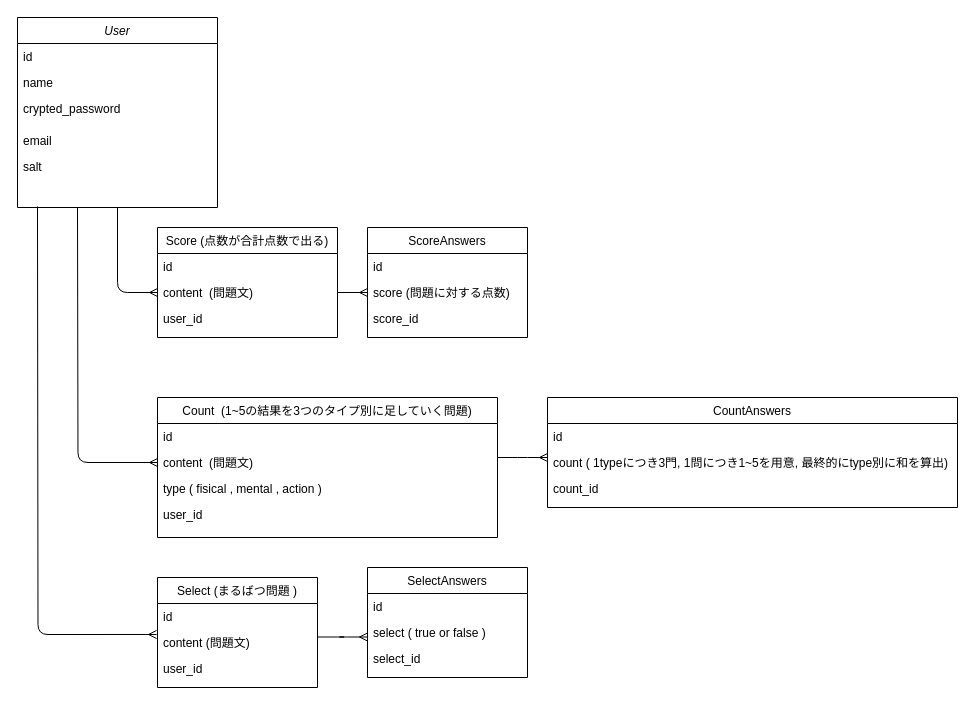
The draw.io diagram Untitled Diagram.drawio in ko-suke1016/IKEMENTAL, before the edit. Source tidied: cells renumbered, new cells numbered last; positions are measured from the earlier drawing's top-left corner, leaving out a move shared by most shapes. Both pictures are drawn from the tidied source at 100%, with x=0, y=0 at pixel (17, 17).
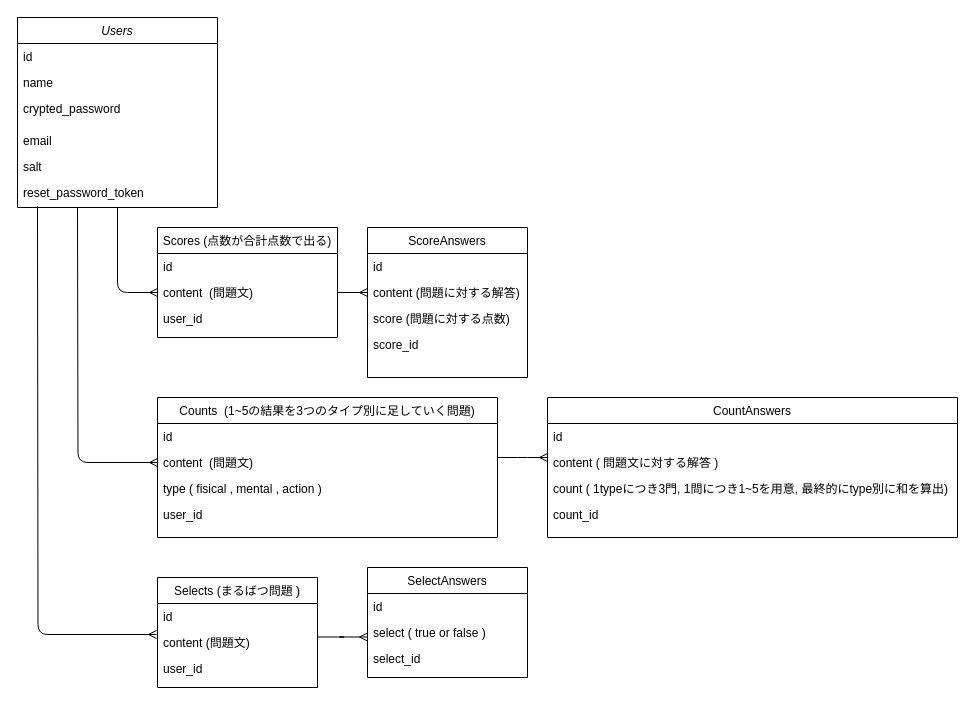
After the change.

Change to the diagram source:
```diff
@@
-    <mxCell id="2" value="User" style="swimlane;fontStyle=2;align=center;verticalAlign=top;horizontal=1;startSize=26;rounded=0;shadow=0;strokeWidth=1;" parent="1" vertex="1">
+    <mxCell id="2" value="Users" style="swimlane;fontStyle=2;align=center;verticalAlign=top;horizontal=1;startSize=26;rounded=0;shadow=0;strokeWidth=1;" parent="1" vertex="1">
       <mxGeometry width="200" height="190" as="geometry" />
     </mxCell>
@@
+    <mxCell id="40" value="reset_password_token" style="text;align=left;verticalAlign=top;spacingLeft=4;spacingRight=4;overflow=hidden;rounded=0;shadow=0;html=0;" parent="2" vertex="1">
+      <mxGeometry y="162" width="200" height="26" as="geometry" />
+    </mxCell>
-    <mxCell id="8" value="Score (点数が合計点数で出る)" style="swimlane;fontStyle=0;align=center;verticalAlign=top;horizontal=1;startSize=26;rounded=0;shadow=0;strokeWidth=1;" parent="1" vertex="1">
+    <mxCell id="8" value="Scores (点数が合計点数で出る)" style="swimlane;fontStyle=0;align=center;verticalAlign=top;horizontal=1;startSize=26;rounded=0;shadow=0;strokeWidth=1;" parent="1" vertex="1">
       <mxGeometry x="140" y="210" width="180" height="110" as="geometry" />
     </mxCell>
@@
     <mxCell id="12" value="ScoreAnswers" style="swimlane;fontStyle=0;align=center;verticalAlign=top;horizontal=1;startSize=26;rounded=0;shadow=0;strokeWidth=1;" parent="1" vertex="1">
-      <mxGeometry x="350" y="210" width="160" height="110" as="geometry" />
+      <mxGeometry x="350" y="210" width="160" height="150" as="geometry" />
     </mxCell>
@@
+    <mxCell id="41" value="content (問題に対する解答) " style="text;align=left;verticalAlign=top;spacingLeft=4;spacingRight=4;overflow=hidden;" parent="12" vertex="1">
+      <mxGeometry y="52" width="160" height="26" as="geometry" />
+    </mxCell>
     <mxCell id="14" value="score (問題に対する点数)" style="text;align=left;verticalAlign=top;spacingLeft=4;spacingRight=4;overflow=hidden;rounded=0;shadow=0;html=0;" parent="12" vertex="1">
-      <mxGeometry y="52" width="160" height="26" as="geometry" />
+      <mxGeometry y="78" width="160" height="26" as="geometry" />
     </mxCell>
     <mxCell id="15" value="score_id" style="text;align=left;verticalAlign=top;spacingLeft=4;spacingRight=4;overflow=hidden;rounded=0;shadow=0;html=0;" parent="12" vertex="1">
-      <mxGeometry y="78" width="160" height="26" as="geometry" />
+      <mxGeometry y="104" width="160" height="32" as="geometry" />
     </mxCell>
@@
-    <mxCell id="18" value="Count  (1~5の結果を3つのタイプ別に足していく問題)" style="swimlane;fontStyle=0;align=center;verticalAlign=top;horizontal=1;startSize=26;rounded=0;shadow=0;strokeWidth=1;" parent="1" vertex="1">
+    <mxCell id="18" value="Counts  (1~5の結果を3つのタイプ別に足していく問題)" style="swimlane;fontStyle=0;align=center;verticalAlign=top;horizontal=1;startSize=26;rounded=0;shadow=0;strokeWidth=1;" parent="1" vertex="1">
       <mxGeometry x="140" y="380" width="340" height="140" as="geometry" />
     </mxCell>
@@
-    <mxCell id="23" value="Select (まるばつ問題 )" style="swimlane;fontStyle=0;align=center;verticalAlign=top;horizontal=1;startSize=26;rounded=0;shadow=0;strokeWidth=1;" parent="1" vertex="1">
+    <mxCell id="23" value="Selects (まるばつ問題 )" style="swimlane;fontStyle=0;align=center;verticalAlign=top;horizontal=1;startSize=26;rounded=0;shadow=0;strokeWidth=1;" parent="1" vertex="1">
       <mxGeometry x="140" y="560" width="160" height="110" as="geometry" />
     </mxCell>
@@
     <mxCell id="27" value="CountAnswers" style="swimlane;fontStyle=0;align=center;verticalAlign=top;horizontal=1;startSize=26;rounded=0;shadow=0;strokeWidth=1;" parent="1" vertex="1">
-      <mxGeometry x="530" y="380" width="410" height="110" as="geometry" />
+      <mxGeometry x="530" y="380" width="410" height="140" as="geometry" />
     </mxCell>
@@
+    <mxCell id="42" value="content ( 問題文に対する解答 )" style="text;align=left;verticalAlign=top;spacingLeft=4;spacingRight=4;overflow=hidden;" parent="27" vertex="1">
+      <mxGeometry y="52" width="410" height="26" as="geometry" />
+    </mxCell>
     <mxCell id="29" value="count ( 1typeにつき3門, 1問につき1~5を用意, 最終的にtype別に和を算出)" style="text;align=left;verticalAlign=top;spacingLeft=4;spacingRight=4;overflow=hidden;rounded=0;shadow=0;html=0;" parent="27" vertex="1">
-      <mxGeometry y="52" width="410" height="26" as="geometry" />
+      <mxGeometry y="78" width="410" height="26" as="geometry" />
     </mxCell>
     <mxCell id="30" value="count_id" style="text;align=left;verticalAlign=top;spacingLeft=4;spacingRight=4;overflow=hidden;rounded=0;shadow=0;html=0;" parent="27" vertex="1">
-      <mxGeometry y="78" width="410" height="26" as="geometry" />
+      <mxGeometry y="104" width="410" height="26" as="geometry" />
     </mxCell>
```
